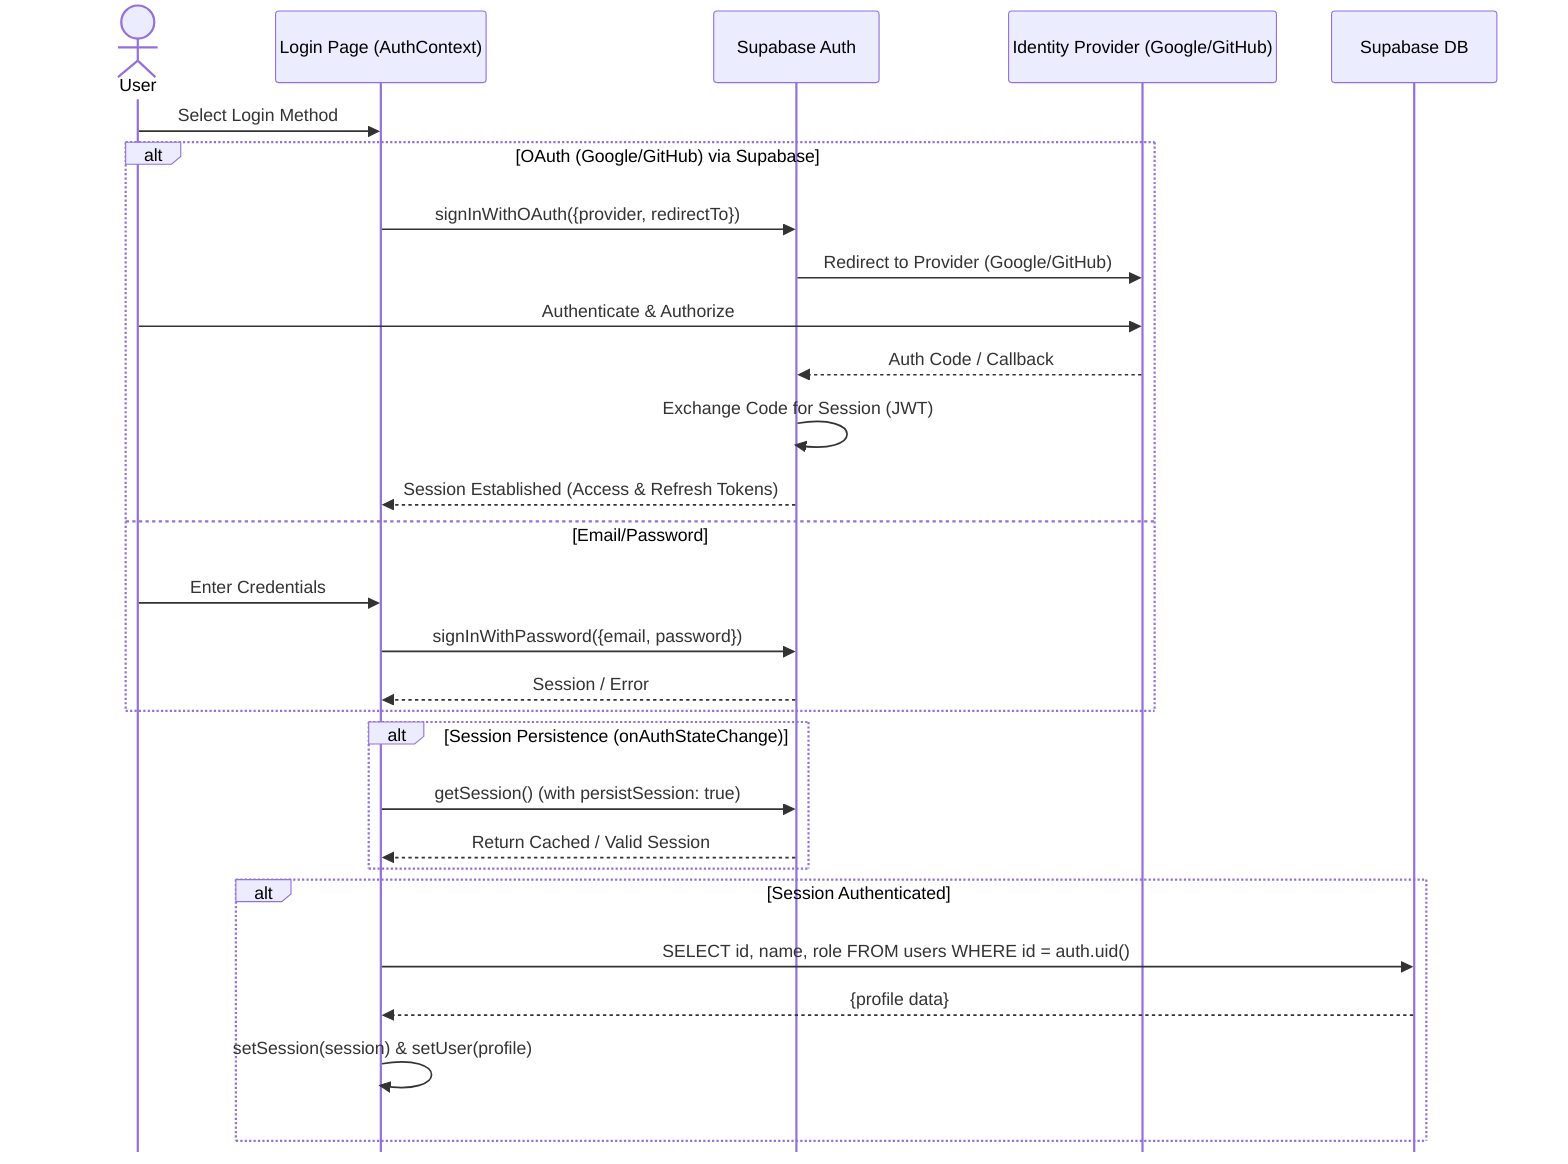
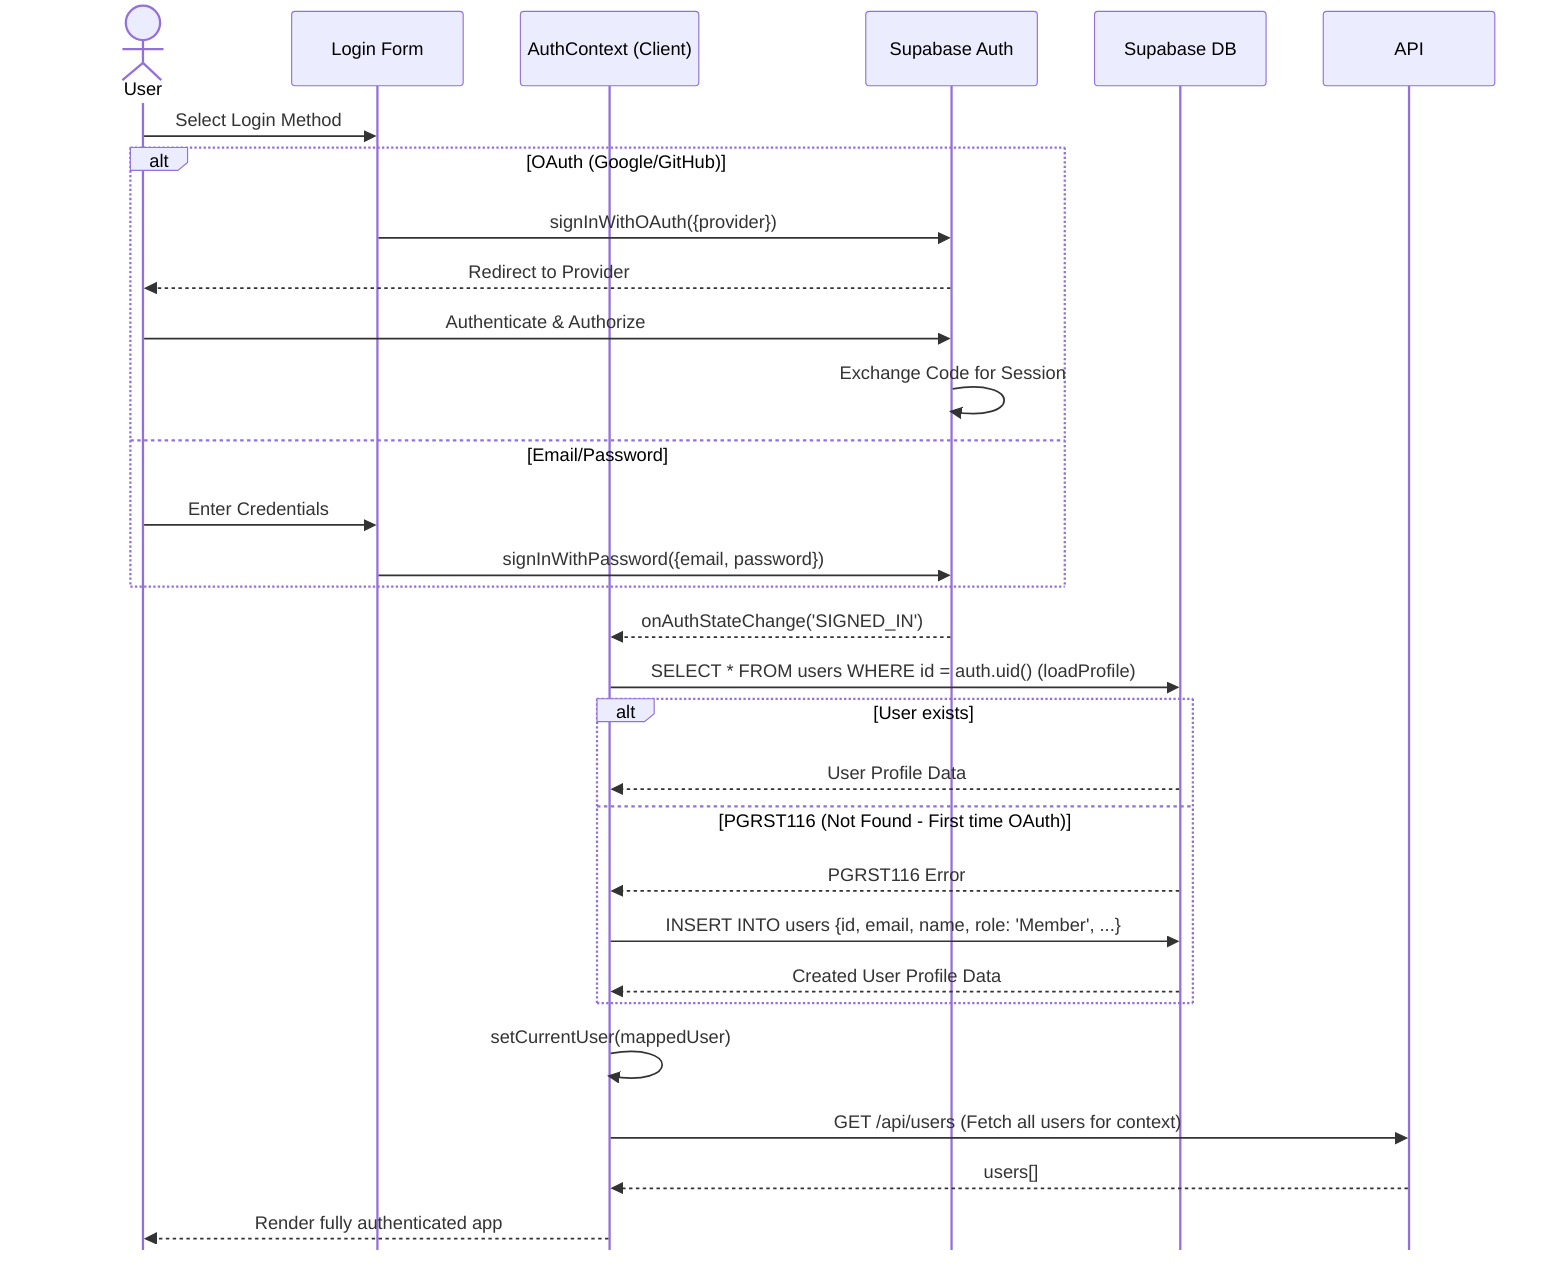
%%{init: {"sequence": {"mirrorActors": false}}}%%
sequenceDiagram
    actor User
-     participant UI as Login Page (AuthContext)
+     participant Login as Login Form
+     participant Auth as AuthContext (Client)
    participant SB as Supabase Auth
-     participant IdP as Identity Provider (Google/GitHub)
    participant DB as Supabase DB

-     User->>UI: Select Login Method
+     User->>Login: Select Login Method

-     alt OAuth (Google/GitHub) via Supabase
-         UI->>SB: signInWithOAuth({provider, redirectTo})
-         SB->>IdP: Redirect to Provider (Google/GitHub)
-         User->>IdP: Authenticate & Authorize
-         IdP-->>SB: Auth Code / Callback
-         SB->>SB: Exchange Code for Session (JWT)
-         SB-->>UI: Session Established (Access & Refresh Tokens)
+     alt OAuth (Google/GitHub)
+         Login->>SB: signInWithOAuth({provider})
+         SB-->>User: Redirect to Provider
+         User->>SB: Authenticate & Authorize
+         SB->>SB: Exchange Code for Session
    else Email/Password
-         User->>UI: Enter Credentials
-         UI->>SB: signInWithPassword({email, password})
-         SB-->>UI: Session / Error
+         User->>Login: Enter Credentials
+         Login->>SB: signInWithPassword({email, password})
    end

-     alt Session Persistence (onAuthStateChange)
-         UI->>SB: getSession() (with persistSession: true)
-         SB-->>UI: Return Cached / Valid Session
+     SB-->>Auth: onAuthStateChange('SIGNED_IN')
+     Auth->>DB: SELECT * FROM users WHERE id = auth.uid() (loadProfile)
+ 
+     alt User exists
+         DB-->>Auth: User Profile Data
+     else PGRST116 (Not Found - First time OAuth)
+         DB-->>Auth: PGRST116 Error
+         Auth->>DB: INSERT INTO users {id, email, name, role: 'Member', ...}
+         DB-->>Auth: Created User Profile Data
    end

-     alt Session Authenticated
-         UI->>DB: SELECT id, name, role FROM users WHERE id = auth.uid()
-         DB-->>UI: {profile data}
-         UI->>UI: setSession(session) & setUser(profile)
-     end
+     Auth->>Auth: setCurrentUser(mappedUser)
+     Auth->>API: GET /api/users (Fetch all users for context)
+     API-->>Auth: users[]
+     Auth-->>User: Render fully authenticated app
